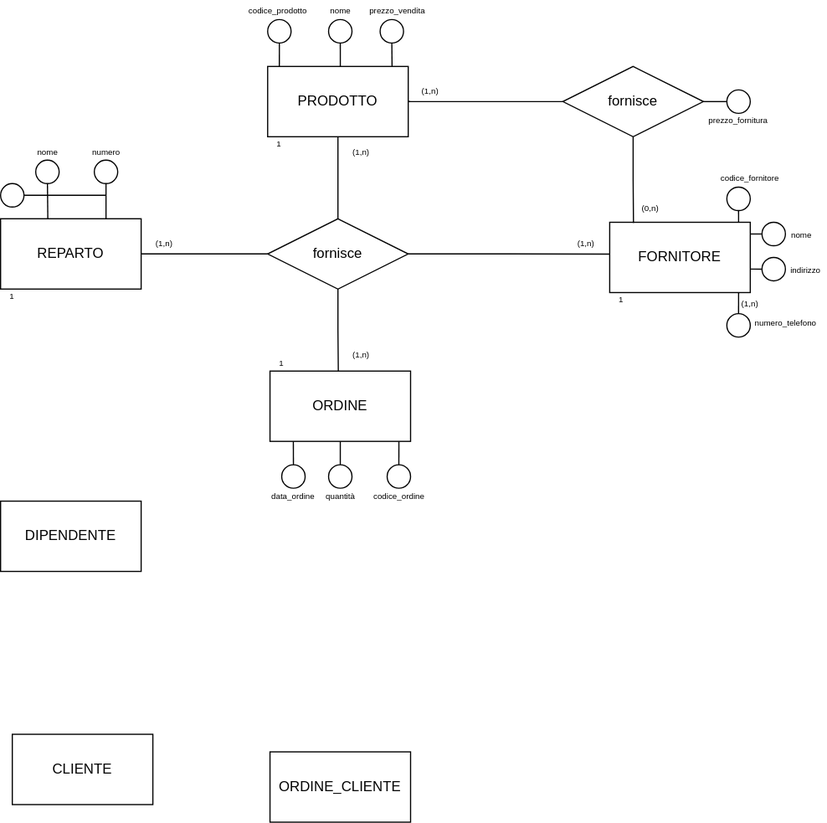
giuliadellarovere/DBMS_Project_2026 keeps this draw.io diagram as ER_Diagram_Project.drawio.svg. Above is the earlier version. Source tidied: cells renumbered, new cells last; positions are measured from the earlier drawing's top-left corner, leaving out a move shared by most shapes.
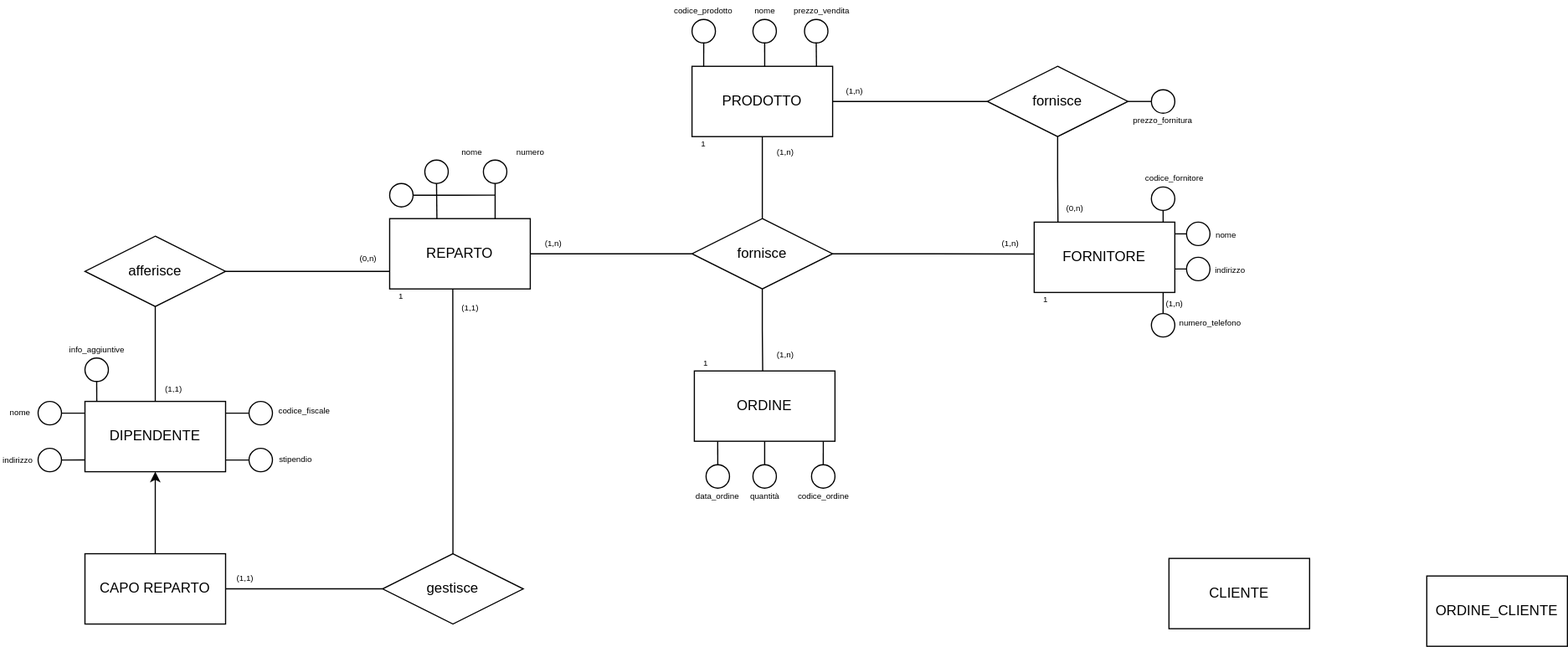
After the commit.

Change to the diagram source:
```diff
@@ -18,10 +18,10 @@
       <mxGeometry x="233" y="69" width="110" height="30" as="geometry" />
     </mxCell>
     <mxCell id="7" style="rounded=0;whiteSpace=wrap;html=1;" parent="1" vertex="1">
-      <mxGeometry x="10" y="624" width="120" height="60" as="geometry" />
+      <mxGeometry x="635" y="474" width="120" height="60" as="geometry" />
     </mxCell>
     <mxCell id="8" value="CLIENTE" style="text;html=1;whiteSpace=wrap;strokeColor=none;fillColor=none;align=center;verticalAlign=middle;rounded=0;" parent="1" vertex="1">
-      <mxGeometry x="15" y="639" width="110" height="30" as="geometry" />
+      <mxGeometry x="640" y="489" width="110" height="30" as="geometry" />
     </mxCell>
     <mxCell id="9" style="rounded=0;whiteSpace=wrap;html=1;" parent="1" vertex="1">
       <mxGeometry x="230" y="314" width="120" height="60" as="geometry" />
@@ -30,22 +30,22 @@
       <mxGeometry x="235" y="329" width="110" height="30" as="geometry" />
     </mxCell>
     <mxCell id="11" style="rounded=0;whiteSpace=wrap;html=1;" parent="1" vertex="1">
-      <mxGeometry y="425" width="120" height="60" as="geometry" />
+      <mxGeometry x="-290" y="340" width="120" height="60" as="geometry" />
     </mxCell>
     <mxCell id="12" value="DIPENDENTE" style="text;html=1;whiteSpace=wrap;strokeColor=none;fillColor=none;align=center;verticalAlign=middle;rounded=0;" parent="1" vertex="1">
-      <mxGeometry x="5" y="440" width="110" height="30" as="geometry" />
+      <mxGeometry x="-285" y="355" width="110" height="30" as="geometry" />
     </mxCell>
     <mxCell id="13" style="rounded=0;whiteSpace=wrap;html=1;" parent="1" vertex="1">
-      <mxGeometry y="184" width="120" height="60" as="geometry" />
+      <mxGeometry x="-30" y="184" width="120" height="60" as="geometry" />
     </mxCell>
     <mxCell id="14" value="REPARTO" style="text;html=1;whiteSpace=wrap;strokeColor=none;fillColor=none;align=center;verticalAlign=middle;rounded=0;" parent="1" vertex="1">
-      <mxGeometry x="5" y="199" width="110" height="30" as="geometry" />
+      <mxGeometry x="-25" y="199" width="110" height="30" as="geometry" />
     </mxCell>
     <mxCell id="15" style="rounded=0;whiteSpace=wrap;html=1;" parent="1" vertex="1">
-      <mxGeometry x="230" y="639" width="120" height="60" as="geometry" />
+      <mxGeometry x="855" y="489" width="120" height="60" as="geometry" />
     </mxCell>
     <mxCell id="16" value="ORDINE_CLIENTE" style="text;html=1;whiteSpace=wrap;strokeColor=none;fillColor=none;align=center;verticalAlign=middle;rounded=0;" parent="1" vertex="1">
-      <mxGeometry x="235" y="654" width="110" height="30" as="geometry" />
+      <mxGeometry x="860" y="504" width="110" height="30" as="geometry" />
     </mxCell>
     <mxCell id="17" style="edgeStyle=orthogonalEdgeStyle;rounded=0;jettySize=auto;html=1;exitX=0.5;exitY=0;exitDx=0;exitDy=0;entryX=0.5;entryY=1;entryDx=0;entryDy=0;defaultLabelBackgroundColor=page;labelPadding=0 4;endArrow=none;endFill=0;" parent="1" edge="1" source="20" target="5">
       <mxGeometry relative="1" as="geometry" />
@@ -132,13 +132,13 @@
       <mxGeometry x="312.5" y="415" width="55" height="10" as="geometry" />
     </mxCell>
     <mxCell id="45" style="ellipse;whiteSpace=wrap;html=1;shapeInside=1;" parent="1" vertex="1">
-      <mxGeometry x="30" y="134" width="20" height="20" as="geometry" />
+      <mxGeometry y="134" width="20" height="20" as="geometry" />
     </mxCell>
     <mxCell id="46" style="edgeStyle=orthogonalEdgeStyle;rounded=0;jettySize=auto;html=1;exitX=0.5;exitY=1;exitDx=0;exitDy=0;entryX=0.336;entryY=0.001;entryDx=0;entryDy=0;entryPerimeter=0;defaultLabelBackgroundColor=page;labelPadding=0 4;endArrow=none;endFill=0;" parent="1" edge="1" source="45" target="13">
       <mxGeometry relative="1" as="geometry" />
     </mxCell>
     <mxCell id="47" style="ellipse;whiteSpace=wrap;html=1;shapeInside=1;" parent="1" vertex="1">
-      <mxGeometry x="80" y="134" width="20" height="20" as="geometry" />
+      <mxGeometry x="50" y="134" width="20" height="20" as="geometry" />
     </mxCell>
     <mxCell id="48" style="edgeStyle=orthogonalEdgeStyle;rounded=0;jettySize=auto;html=1;exitX=0.5;exitY=1;exitDx=0;exitDy=0;entryX=0.75;entryY=0;entryDx=0;entryDy=0;defaultLabelBackgroundColor=page;labelPadding=0 4;endArrow=none;endFill=0;" parent="1" edge="1" source="47" target="13">
       <mxGeometry relative="1" as="geometry" />
@@ -151,11 +151,11 @@
     </mxCell>
     <mxCell id="51" style="edgeStyle=orthogonalEdgeStyle;rounded=0;jettySize=auto;html=1;exitX=1;exitY=0.5;exitDx=0;exitDy=0;defaultLabelBackgroundColor=page;labelPadding=0 4;endArrow=none;endFill=0;" parent="1" edge="1" source="52">
       <mxGeometry relative="1" as="geometry">
-        <mxPoint x="90" y="163.9" as="targetPoint" />
+        <mxPoint x="60" y="163.9" as="targetPoint" />
       </mxGeometry>
     </mxCell>
     <mxCell id="52" style="ellipse;whiteSpace=wrap;html=1;shapeInside=1;fillColor=light-dark(#FFFFFF,#000000);" parent="1" vertex="1">
-      <mxGeometry y="154" width="20" height="20" as="geometry" />
+      <mxGeometry x="-30" y="154" width="20" height="20" as="geometry" />
     </mxCell>
     <mxCell id="53" style="ellipse;whiteSpace=wrap;html=1;shapeInside=1;fillColor=light-dark(#FFFFFF,#000000);" parent="1" vertex="1">
       <mxGeometry x="228" y="14" width="20" height="20" as="geometry" />
@@ -185,7 +185,7 @@
       <mxGeometry x="210.5" width="54" height="10" as="geometry" />
     </mxCell>
     <mxCell id="62" value="&lt;span style=&quot;font-size: 7px;&quot;&gt;(1,n)&lt;/span&gt;" style="text;html=1;whiteSpace=wrap;strokeColor=none;fillColor=none;align=center;verticalAlign=middle;rounded=0;" parent="1" vertex="1">
-      <mxGeometry x="130" y="199" width="20" height="10" as="geometry" />
+      <mxGeometry x="100" y="199" width="20" height="10" as="geometry" />
     </mxCell>
     <mxCell id="63" value="&lt;span style=&quot;font-size: 7px;&quot;&gt;(1,n)&lt;/span&gt;" style="text;html=1;whiteSpace=wrap;strokeColor=none;fillColor=none;align=center;verticalAlign=middle;rounded=0;" parent="1" vertex="1">
       <mxGeometry x="298" y="121" width="20" height="10" as="geometry" />
@@ -200,7 +200,7 @@
       <mxGeometry x="228" y="114" width="20" height="10" as="geometry" />
     </mxCell>
     <mxCell id="67" value="&lt;span style=&quot;font-size: 7px;&quot;&gt;1&lt;/span&gt;" style="text;html=1;whiteSpace=wrap;strokeColor=none;fillColor=none;align=center;verticalAlign=middle;rounded=0;" parent="1" vertex="1">
-      <mxGeometry y="244" width="20" height="10" as="geometry" />
+      <mxGeometry x="-30" y="244" width="20" height="10" as="geometry" />
     </mxCell>
     <mxCell id="68" value="&lt;span style=&quot;font-size: 7px;&quot;&gt;1&lt;/span&gt;" style="text;html=1;whiteSpace=wrap;strokeColor=none;fillColor=none;align=center;verticalAlign=middle;rounded=0;" parent="1" vertex="1">
       <mxGeometry x="520" y="247" width="20" height="10" as="geometry" />
@@ -235,5 +235,97 @@
     <mxCell id="78" value="&lt;span style=&quot;font-size: 7px;&quot;&gt;(1,n)&lt;/span&gt;" style="text;html=1;whiteSpace=wrap;strokeColor=none;fillColor=none;align=center;verticalAlign=middle;rounded=0;" parent="1" vertex="1">
       <mxGeometry x="357" y="69" width="20" height="10" as="geometry" />
     </mxCell>
+    <mxCell id="79" style="edgeStyle=orthogonalEdgeStyle;rounded=0;jettySize=auto;html=1;exitX=1;exitY=0.5;exitDx=0;exitDy=0;entryX=0;entryY=0.75;entryDx=0;entryDy=0;defaultLabelBackgroundColor=page;labelPadding=0 4;endArrow=none;endFill=0;" parent="1" edge="1" source="81" target="13">
+      <mxGeometry relative="1" as="geometry" />
+    </mxCell>
+    <mxCell id="80" style="edgeStyle=orthogonalEdgeStyle;rounded=0;jettySize=auto;html=1;exitX=0.5;exitY=1;exitDx=0;exitDy=0;entryX=0.5;entryY=0;entryDx=0;entryDy=0;defaultLabelBackgroundColor=page;labelPadding=0 4;endArrow=none;endFill=0;" parent="1" edge="1" source="81" target="11">
+      <mxGeometry relative="1" as="geometry" />
+    </mxCell>
+    <mxCell id="81" style="rhombus;whiteSpace=wrap;html=1;shapeInside=1;" parent="1" vertex="1">
+      <mxGeometry x="-290" y="199" width="120" height="60" as="geometry" />
+    </mxCell>
+    <mxCell id="82" style="rhombus;whiteSpace=wrap;html=1;shapeInside=1;" parent="1" vertex="1">
+      <mxGeometry x="-36" y="470" width="120" height="60" as="geometry" />
+    </mxCell>
+    <mxCell id="83" value="afferisce" style="text;html=1;whiteSpace=wrap;strokeColor=none;fillColor=none;align=center;verticalAlign=middle;rounded=0;" parent="1" vertex="1">
+      <mxGeometry x="-260" y="214" width="60" height="30" as="geometry" />
+    </mxCell>
+    <mxCell id="84" style="edgeStyle=orthogonalEdgeStyle;rounded=0;jettySize=auto;html=1;exitX=0.5;exitY=0;exitDx=0;exitDy=0;entryX=0.5;entryY=1;entryDx=0;entryDy=0;defaultLabelBackgroundColor=page;labelPadding=0 4;" parent="1" edge="1" source="85" target="11">
+      <mxGeometry relative="1" as="geometry" />
+    </mxCell>
+    <mxCell id="85" style="rounded=0;whiteSpace=wrap;html=1;" parent="1" vertex="1">
+      <mxGeometry x="-290" y="470" width="120" height="60" as="geometry" />
+    </mxCell>
+    <mxCell id="86" value="CAPO REPARTO" style="text;html=1;whiteSpace=wrap;strokeColor=none;fillColor=none;align=center;verticalAlign=middle;rounded=0;" parent="1" vertex="1">
+      <mxGeometry x="-285" y="485" width="110" height="30" as="geometry" />
+    </mxCell>
+    <mxCell id="87" style="edgeStyle=orthogonalEdgeStyle;rounded=0;jettySize=auto;html=1;exitX=0;exitY=0.5;exitDx=0;exitDy=0;defaultLabelBackgroundColor=page;labelPadding=0 4;endArrow=none;endFill=0;" parent="1" edge="1" source="82">
+      <mxGeometry relative="1" as="geometry">
+        <mxPoint x="-170" y="500" as="targetPoint" />
+      </mxGeometry>
+    </mxCell>
+    <mxCell id="88" style="edgeStyle=orthogonalEdgeStyle;rounded=0;jettySize=auto;html=1;exitX=0.5;exitY=0;exitDx=0;exitDy=0;entryX=0.449;entryY=0.999;entryDx=0;entryDy=0;entryPerimeter=0;defaultLabelBackgroundColor=page;labelPadding=0 4;endArrow=none;endFill=0;" parent="1" edge="1" source="82" target="13">
+      <mxGeometry relative="1" as="geometry" />
+    </mxCell>
+    <mxCell id="89" value="gestisce" style="text;html=1;whiteSpace=wrap;strokeColor=none;fillColor=none;align=center;verticalAlign=middle;rounded=0;" parent="1" vertex="1">
+      <mxGeometry x="-6" y="485" width="60" height="30" as="geometry" />
+    </mxCell>
+    <mxCell id="90" value="&lt;span style=&quot;font-size: 7px;&quot;&gt;(1,1)&lt;/span&gt;" style="text;html=1;whiteSpace=wrap;strokeColor=none;fillColor=none;align=center;verticalAlign=middle;rounded=0;" parent="1" vertex="1">
+      <mxGeometry x="-163" y="485" width="20" height="10" as="geometry" />
+    </mxCell>
+    <mxCell id="91" value="&lt;span style=&quot;font-size: 7px;&quot;&gt;(1,1)&lt;/span&gt;" style="text;html=1;whiteSpace=wrap;strokeColor=none;fillColor=none;align=center;verticalAlign=middle;rounded=0;" parent="1" vertex="1">
+      <mxGeometry x="-224" y="323" width="20" height="10" as="geometry" />
+    </mxCell>
+    <mxCell id="92" value="&lt;span style=&quot;font-size: 7px;&quot;&gt;(0,n)&lt;/span&gt;" style="text;html=1;whiteSpace=wrap;strokeColor=none;fillColor=none;align=center;verticalAlign=middle;rounded=0;" parent="1" vertex="1">
+      <mxGeometry x="-58" y="212" width="20" height="10" as="geometry" />
+    </mxCell>
+    <mxCell id="93" value="&lt;span style=&quot;font-size: 7px;&quot;&gt;(1,1)&lt;/span&gt;" style="text;html=1;whiteSpace=wrap;strokeColor=none;fillColor=none;align=center;verticalAlign=middle;rounded=0;" parent="1" vertex="1">
+      <mxGeometry x="29" y="254" width="20" height="10" as="geometry" />
+    </mxCell>
+    <mxCell id="94" style="ellipse;whiteSpace=wrap;html=1;shapeInside=1;" parent="1" vertex="1">
+      <mxGeometry x="-330" y="340" width="20" height="20" as="geometry" />
+    </mxCell>
+    <mxCell id="95" style="ellipse;whiteSpace=wrap;html=1;shapeInside=1;" parent="1" vertex="1">
+      <mxGeometry x="-330" y="380" width="20" height="20" as="geometry" />
+    </mxCell>
+    <mxCell id="96" style="edgeStyle=orthogonalEdgeStyle;rounded=0;jettySize=auto;html=1;exitX=1;exitY=0.5;exitDx=0;exitDy=0;entryX=0;entryY=0.167;entryDx=0;entryDy=0;entryPerimeter=0;defaultLabelBackgroundColor=page;labelPadding=0 4;endArrow=none;endFill=0;" parent="1" edge="1" source="94" target="11">
+      <mxGeometry relative="1" as="geometry" />
+    </mxCell>
+    <mxCell id="97" style="edgeStyle=orthogonalEdgeStyle;rounded=0;jettySize=auto;html=1;exitX=1;exitY=0.5;exitDx=0;exitDy=0;entryX=0;entryY=0.833;entryDx=0;entryDy=0;entryPerimeter=0;defaultLabelBackgroundColor=page;labelPadding=0 4;endArrow=none;endFill=0;" parent="1" edge="1" source="95" target="11">
+      <mxGeometry relative="1" as="geometry" />
+    </mxCell>
+    <mxCell id="98" style="ellipse;whiteSpace=wrap;html=1;shapeInside=1;fillColor=light-dark(#FFFFFF,#000000);" parent="1" vertex="1">
+      <mxGeometry x="-150" y="340" width="20" height="20" as="geometry" />
+    </mxCell>
+    <mxCell id="99" style="ellipse;whiteSpace=wrap;html=1;shapeInside=1;" parent="1" vertex="1">
+      <mxGeometry x="-150" y="380" width="20" height="20" as="geometry" />
+    </mxCell>
+    <mxCell id="100" style="edgeStyle=orthogonalEdgeStyle;rounded=0;jettySize=auto;html=1;exitX=0;exitY=0.5;exitDx=0;exitDy=0;entryX=1;entryY=0.167;entryDx=0;entryDy=0;entryPerimeter=0;defaultLabelBackgroundColor=page;labelPadding=0 4;endArrow=none;endFill=0;" parent="1" edge="1" source="98" target="11">
+      <mxGeometry relative="1" as="geometry" />
+    </mxCell>
+    <mxCell id="101" style="edgeStyle=orthogonalEdgeStyle;rounded=0;jettySize=auto;html=1;exitX=0;exitY=0.5;exitDx=0;exitDy=0;entryX=1;entryY=0.834;entryDx=0;entryDy=0;entryPerimeter=0;defaultLabelBackgroundColor=page;labelPadding=0 4;endArrow=none;endFill=0;" parent="1" edge="1" source="99" target="11">
+      <mxGeometry relative="1" as="geometry" />
+    </mxCell>
+    <mxCell id="102" value="&lt;span style=&quot;font-size: 7px;&quot;&gt;nome&lt;/span&gt;" style="text;html=1;whiteSpace=wrap;strokeColor=none;fillColor=none;align=center;verticalAlign=middle;rounded=0;" parent="1" vertex="1">
+      <mxGeometry x="-360" y="343" width="30" height="10" as="geometry" />
+    </mxCell>
+    <mxCell id="103" value="&lt;span style=&quot;font-size: 7px;&quot;&gt;indirizzo&lt;/span&gt;" style="text;html=1;whiteSpace=wrap;strokeColor=none;fillColor=none;align=center;verticalAlign=middle;rounded=0;" parent="1" vertex="1">
+      <mxGeometry x="-362" y="384" width="30" height="10" as="geometry" />
+    </mxCell>
+    <mxCell id="104" value="&lt;span style=&quot;font-size: 7px;&quot;&gt;codice_fiscale&lt;/span&gt;" style="text;html=1;whiteSpace=wrap;strokeColor=none;fillColor=none;align=center;verticalAlign=middle;rounded=0;" parent="1" vertex="1">
+      <mxGeometry x="-130" y="342" width="55" height="10" as="geometry" />
+    </mxCell>
+    <mxCell id="105" value="&lt;span style=&quot;font-size: 7px;&quot;&gt;stipendio&lt;/span&gt;" style="text;html=1;whiteSpace=wrap;strokeColor=none;fillColor=none;align=center;verticalAlign=middle;rounded=0;" parent="1" vertex="1">
+      <mxGeometry x="-130" y="383" width="40" height="10" as="geometry" />
+    </mxCell>
+    <mxCell id="106" style="ellipse;whiteSpace=wrap;html=1;shapeInside=1;fillColor=light-dark(#FFFFFF,#000066);" parent="1" vertex="1">
+      <mxGeometry x="-290" y="303" width="20" height="20" as="geometry" />
+    </mxCell>
+    <mxCell id="107" style="edgeStyle=orthogonalEdgeStyle;rounded=0;jettySize=auto;html=1;exitX=0.5;exitY=1;exitDx=0;exitDy=0;entryX=0.084;entryY=-0.001;entryDx=0;entryDy=0;entryPerimeter=0;defaultLabelBackgroundColor=page;labelPadding=0 4;endArrow=none;endFill=0;" parent="1" edge="1" source="106" target="11">
+      <mxGeometry relative="1" as="geometry" />
+    </mxCell>
+    <mxCell id="108" value="&lt;span style=&quot;font-size: 7px;&quot;&gt;info_aggiuntive&lt;/span&gt;" style="text;html=1;whiteSpace=wrap;strokeColor=none;fillColor=none;align=center;verticalAlign=middle;rounded=0;" parent="1" vertex="1">
+      <mxGeometry x="-307.5" y="290" width="55" height="10" as="geometry" />
+    </mxCell>
   </root>
 </mxGraphModel>
```
